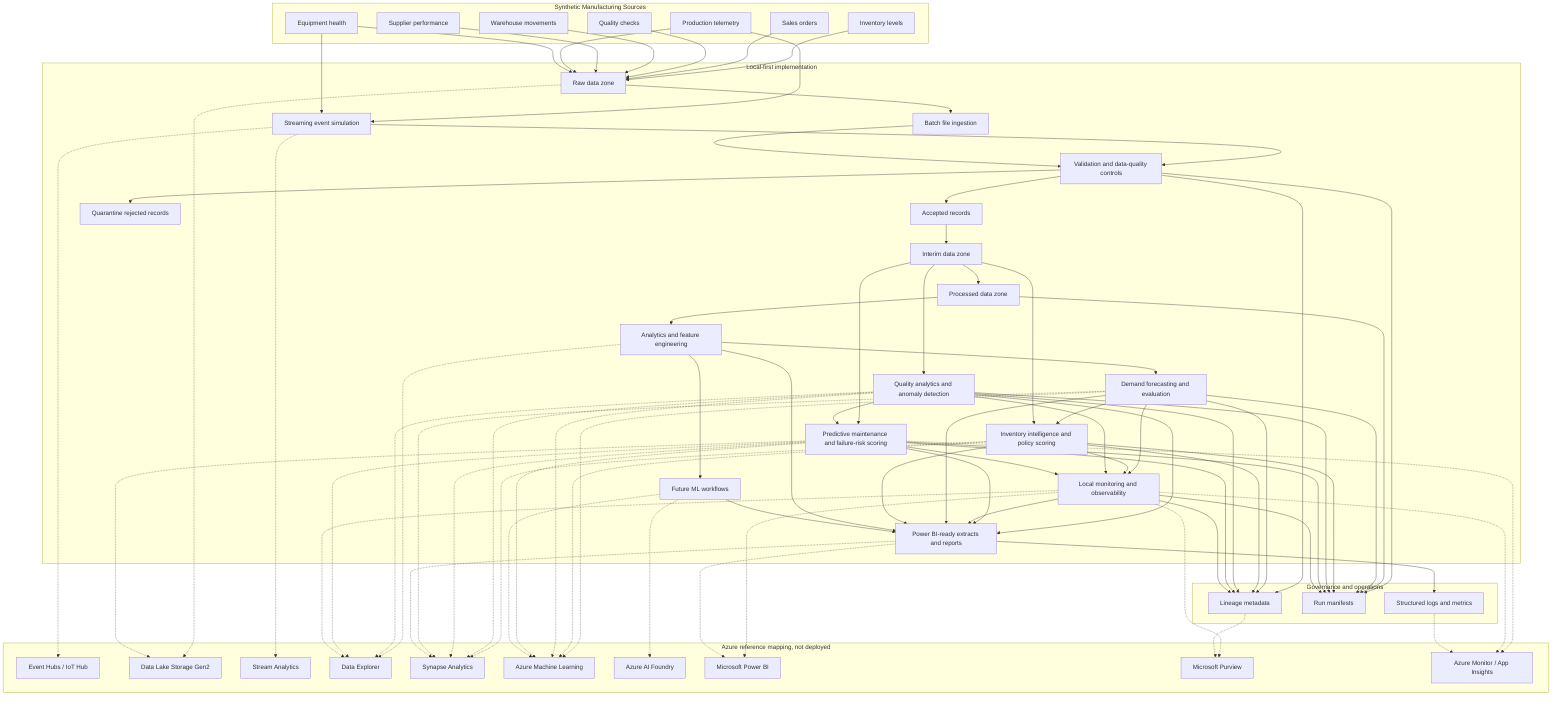
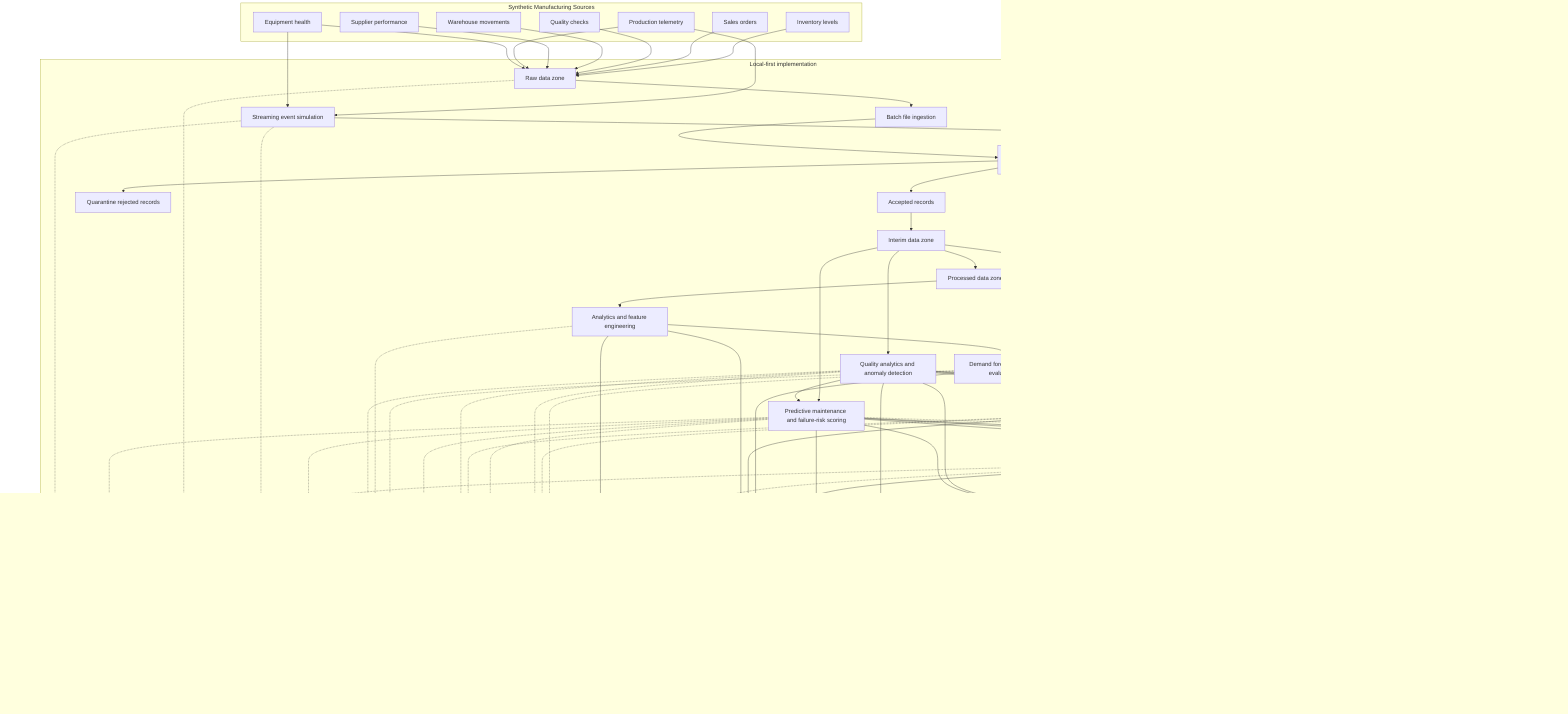
flowchart TD
    subgraph Sources["Synthetic Manufacturing Sources"]
        Production["Production telemetry"]
        Inventory["Inventory levels"]
        Sales["Sales orders"]
        Quality["Quality checks"]
        Equipment["Equipment health"]
        Warehouse["Warehouse movements"]
        Suppliers["Supplier performance"]
    end

    subgraph Local["Local-first implementation"]
        Raw["Raw data zone"]
        Batch["Batch file ingestion"]
        Stream["Streaming event simulation"]
        Validate["Validation and data-quality controls"]
        Accepted["Accepted records"]
        Quarantine["Quarantine rejected records"]
        Interim["Interim data zone"]
        Processed["Processed data zone"]
        Features["Analytics and feature engineering"]
        Forecasting["Demand forecasting and evaluation"]
        InventoryIntel["Inventory intelligence and policy scoring"]
        QualityAnalytics["Quality analytics and anomaly detection"]
        MaintenanceAnalytics["Predictive maintenance and failure-risk scoring"]
        MonitoringAnalytics["Local monitoring and observability"]
+         GenAIAssistant["Deterministic GenAI operations assistant"]
        ML["Future ML workflows"]
        Reporting["Power BI-ready extracts and reports"]
    end

    subgraph Governance["Governance and operations"]
        Lineage["Lineage metadata"]
        Manifests["Run manifests"]
        Logs["Structured logs and metrics"]
    end

    subgraph Azure["Azure reference mapping, not deployed"]
        EventHubs["Event Hubs / IoT Hub"]
        ADLS["Data Lake Storage Gen2"]
        StreamAnalytics["Stream Analytics"]
        ADX["Data Explorer"]
        Synapse["Synapse Analytics"]
        AzureML["Azure Machine Learning"]
        Foundry["Azure AI Foundry"]
        PowerBI["Microsoft Power BI"]
        Purview["Microsoft Purview"]
        Monitor["Azure Monitor / App Insights"]
    end

    Production --> Stream
    Equipment --> Stream
    Inventory --> Raw
    Sales --> Raw
    Quality --> Raw
    Warehouse --> Raw
    Suppliers --> Raw
    Production --> Raw
    Equipment --> Raw
    Raw --> Batch
    Stream --> Validate
    Batch --> Validate
    Validate --> Accepted
    Validate --> Quarantine
    Accepted --> Interim
    Interim --> Processed
    Processed --> Features
    Features --> Forecasting
    Forecasting --> InventoryIntel
    Interim --> InventoryIntel
    Interim --> QualityAnalytics
    Interim --> MaintenanceAnalytics
    QualityAnalytics --> MaintenanceAnalytics
    QualityAnalytics --> Reporting
    MaintenanceAnalytics --> Reporting
    Forecasting --> MonitoringAnalytics
    InventoryIntel --> MonitoringAnalytics
    QualityAnalytics --> MonitoringAnalytics
    MaintenanceAnalytics --> MonitoringAnalytics
    MonitoringAnalytics --> Reporting
+     MonitoringAnalytics --> GenAIAssistant
+     Forecasting --> GenAIAssistant
+     InventoryIntel --> GenAIAssistant
+     QualityAnalytics --> GenAIAssistant
+     MaintenanceAnalytics --> GenAIAssistant
+     GenAIAssistant --> Reporting
+     GenAIAssistant --> Lineage
+     GenAIAssistant --> Manifests
    Forecasting --> Reporting
    InventoryIntel --> Reporting
    Features --> ML
    Features --> Reporting
    ML --> Reporting
    Validate --> Lineage
    Validate --> Manifests
    Processed --> Manifests
    Reporting --> Logs
    Forecasting --> Lineage
    Forecasting --> Manifests
    InventoryIntel --> Lineage
    InventoryIntel --> Manifests
    QualityAnalytics --> Lineage
    QualityAnalytics --> Manifests
    MaintenanceAnalytics --> Lineage
    MaintenanceAnalytics --> Manifests
    MonitoringAnalytics --> Lineage
    MonitoringAnalytics --> Manifests

    Stream -.-> EventHubs
    Raw -.-> ADLS
    Stream -.-> StreamAnalytics
    Features -.-> ADX
    Forecasting -.-> AzureML
    InventoryIntel -.-> AzureML
    InventoryIntel -.-> Synapse
    QualityAnalytics -.-> ADX
    QualityAnalytics -.-> AzureML
    QualityAnalytics -.-> Synapse
    MaintenanceAnalytics -.-> ADLS
    MaintenanceAnalytics -.-> ADX
    MaintenanceAnalytics -.-> AzureML
    MaintenanceAnalytics -.-> Synapse
    MaintenanceAnalytics -.-> Monitor
    MonitoringAnalytics -.-> Monitor
    MonitoringAnalytics -.-> ADX
    MonitoringAnalytics -.-> Purview
    MonitoringAnalytics -.-> PowerBI
+     GenAIAssistant -.-> Foundry
+     GenAIAssistant -.-> AzureML
+     GenAIAssistant -.-> Purview
+     GenAIAssistant -.-> Monitor
+     GenAIAssistant -.-> PowerBI
    Forecasting -.-> Synapse
    Reporting -.-> Synapse
    ML -.-> AzureML
    Reporting -.-> PowerBI
    Lineage -.-> Purview
    Logs -.-> Monitor
    ML -.-> Foundry
